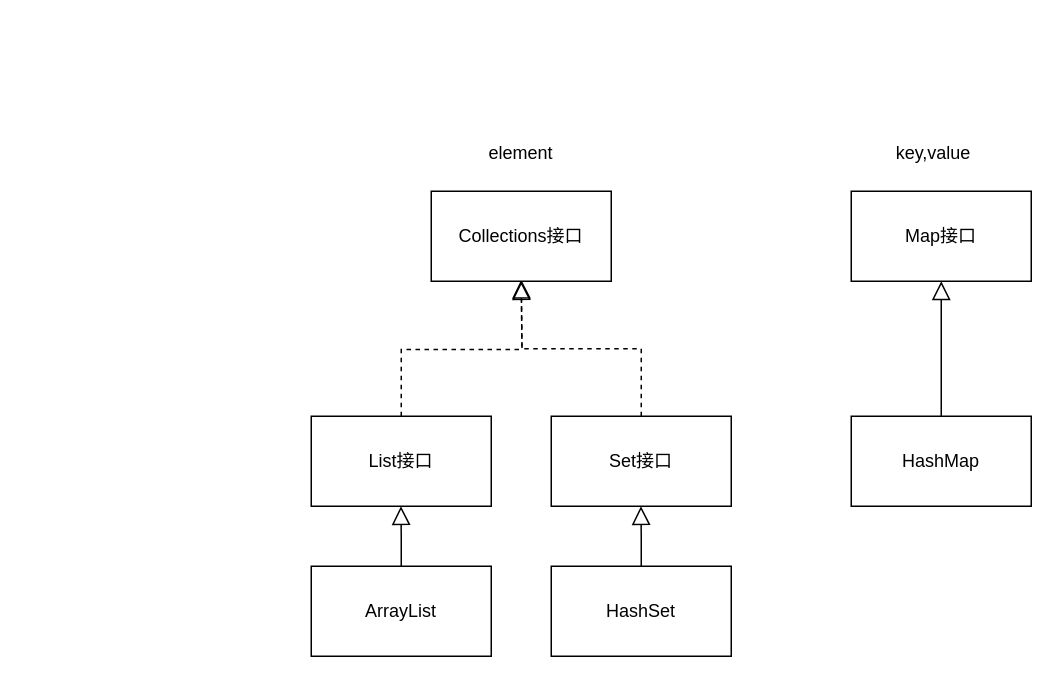
Earlier version of the draw.io diagram collections.drawio (zhangge208/LearningJava). Source tidied: cells renumbered, new cells numbered last; positions are measured from the earlier drawing's top-left corner, leaving out a move shared by most shapes. Both pictures are drawn from the tidied source at 150%, with x=0, y=0 at pixel (310, 130).
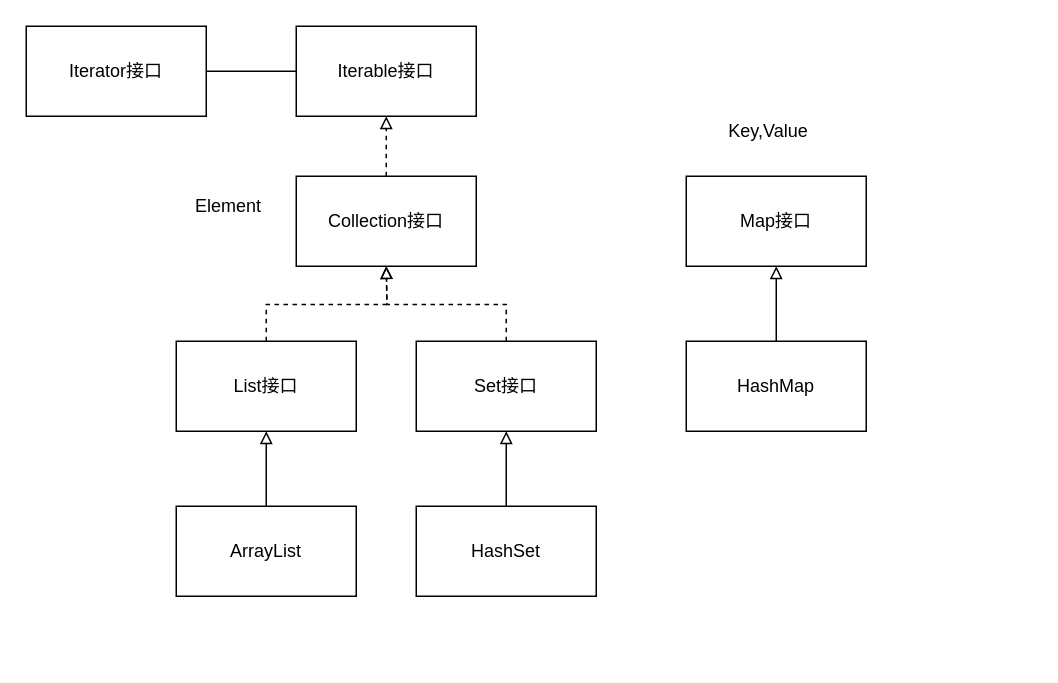
Above is the later version.

Change to the diagram source:
```diff
@@
-    <mxCell id="2" style="endArrow=block;endSize=10;endFill=0;shadow=0;strokeWidth=1;rounded=0;edgeStyle=orthogonalEdgeStyle;elbow=vertical;dashed=1;exitX=0.5;exitY=0;exitDx=0;exitDy=0;" parent="1" edge="1" source="7">
-      <mxGeometry relative="1" as="geometry">
-        <mxPoint x="140" y="99" as="targetPoint" />
-      </mxGeometry>
-    </mxCell>
-    <mxCell id="3" value="Collections接口" style="rounded=0;whiteSpace=wrap;html=1;" parent="1" vertex="1">
-      <mxGeometry x="80" y="40" width="120" height="60" as="geometry" />
-    </mxCell>
+    <mxCell id="16" style="endArrow=block;endFill=0;shadow=0;strokeWidth=1;rounded=0;edgeStyle=orthogonalEdgeStyle;elbow=vertical;dashed=1;exitX=0.5;exitY=0;exitDx=0;exitDy=0;" parent="1" edge="1" source="7">
+      <mxGeometry relative="1" as="geometry">
+        <mxPoint x="50" y="90" as="targetPoint" />
+      </mxGeometry>
+    </mxCell>
+    <mxCell id="17" value="Collection接口" style="rounded=0;whiteSpace=wrap;html=1;" parent="1" vertex="1">
+      <mxGeometry x="-10" y="30" width="120" height="60" as="geometry" />
+    </mxCell>
     <mxCell id="4" value="Map接口" style="rounded=0;whiteSpace=wrap;html=1;" parent="1" vertex="1">
-      <mxGeometry x="360" y="40" width="120" height="60" as="geometry" />
+      <mxGeometry x="250" y="30" width="120" height="60" as="geometry" />
     </mxCell>
-    <mxCell id="5" style="endArrow=block;endSize=10;endFill=0;shadow=0;strokeWidth=1;rounded=0;edgeStyle=elbowEdgeStyle;elbow=vertical;exitX=0.5;exitY=0;exitDx=0;exitDy=0;entryX=0.5;entryY=1;entryDx=0;entryDy=0;" parent="1" edge="1" source="8" target="4">
-      <mxGeometry relative="1" as="geometry">
-        <Array as="points">
-          <mxPoint x="410" y="130" />
-          <mxPoint x="420" y="160" />
-        </Array>
-      </mxGeometry>
-    </mxCell>
+    <mxCell id="18" value="Element" style="text;html=1;strokeColor=none;fillColor=none;align=center;verticalAlign=middle;whiteSpace=wrap;rounded=0;" parent="1" vertex="1">
+      <mxGeometry x="-90" y="40" width="70" height="20" as="geometry" />
+    </mxCell>
+    <mxCell id="19" value="Key,Value" style="text;html=1;strokeColor=none;fillColor=none;align=center;verticalAlign=middle;whiteSpace=wrap;rounded=0;" parent="1" vertex="1">
+      <mxGeometry x="270" y="-10" width="70" height="20" as="geometry" />
+    </mxCell>
     <mxCell id="6" value="List接口" style="rounded=0;whiteSpace=wrap;html=1;" parent="1" vertex="1">
-      <mxGeometry y="190" width="120" height="60" as="geometry" />
+      <mxGeometry x="-90" y="140" width="120" height="60" as="geometry" />
     </mxCell>
     <mxCell id="7" value="Set接口" style="rounded=0;whiteSpace=wrap;html=1;" parent="1" vertex="1">
-      <mxGeometry x="160" y="190" width="120" height="60" as="geometry" />
+      <mxGeometry x="70" y="140" width="120" height="60" as="geometry" />
     </mxCell>
+    <mxCell id="20" style="endArrow=block;endFill=0;shadow=0;strokeWidth=1;rounded=0;edgeStyle=orthogonalEdgeStyle;elbow=vertical;dashed=1;exitX=0.5;exitY=0;exitDx=0;exitDy=0;" parent="1" edge="1" source="6">
+      <mxGeometry relative="1" as="geometry">
+        <mxPoint x="50" y="90" as="targetPoint" />
+      </mxGeometry>
+    </mxCell>
     <mxCell id="8" value="HashMap" style="rounded=0;whiteSpace=wrap;html=1;" parent="1" vertex="1">
-      <mxGeometry x="360" y="190" width="120" height="60" as="geometry" />
+      <mxGeometry x="250" y="140" width="120" height="60" as="geometry" />
     </mxCell>
-    <mxCell id="9" style="endArrow=block;endSize=10;endFill=0;shadow=0;strokeWidth=1;rounded=0;edgeStyle=orthogonalEdgeStyle;elbow=vertical;dashed=1;exitX=0.5;exitY=0;exitDx=0;exitDy=0;" parent="1" edge="1" source="6">
-      <mxGeometry relative="1" as="geometry">
-        <mxPoint x="140" y="100" as="targetPoint" />
-      </mxGeometry>
-    </mxCell>
+    <mxCell id="5" style="endArrow=block;endFill=0;shadow=0;strokeWidth=1;rounded=0;edgeStyle=orthogonalEdgeStyle;elbow=vertical;exitX=0.5;exitY=0;exitDx=0;exitDy=0;entryX=0.5;entryY=1;entryDx=0;entryDy=0;" parent="1" edge="1" source="8" target="4">
+      <mxGeometry relative="1" as="geometry" />
+    </mxCell>
+    <mxCell id="11" value="HashSet" style="rounded=0;whiteSpace=wrap;html=1;" parent="1" vertex="1">
+      <mxGeometry x="70" y="250" width="120" height="60" as="geometry" />
+    </mxCell>
+    <mxCell id="21" style="endArrow=block;endFill=0;shadow=0;strokeWidth=1;rounded=0;edgeStyle=orthogonalEdgeStyle;elbow=vertical;exitX=0.5;exitY=0;exitDx=0;exitDy=0;" parent="1" edge="1" source="11">
+      <mxGeometry relative="1" as="geometry">
+        <mxPoint x="130" y="200" as="targetPoint" />
+      </mxGeometry>
+    </mxCell>
     <mxCell id="10" value="ArrayList" style="rounded=0;whiteSpace=wrap;html=1;" parent="1" vertex="1">
-      <mxGeometry y="290" width="120" height="60" as="geometry" />
+      <mxGeometry x="-90" y="250" width="120" height="60" as="geometry" />
     </mxCell>
-    <mxCell id="11" value="HashSet" style="rounded=0;whiteSpace=wrap;html=1;" parent="1" vertex="1">
-      <mxGeometry x="160" y="290" width="120" height="60" as="geometry" />
-    </mxCell>
-    <mxCell id="12" style="endArrow=block;endSize=10;endFill=0;shadow=0;strokeWidth=1;rounded=0;edgeStyle=elbowEdgeStyle;elbow=vertical;exitX=0.5;exitY=0;exitDx=0;exitDy=0;" parent="1" edge="1" source="11">
-      <mxGeometry relative="1" as="geometry">
-        <mxPoint x="219.8" y="250" as="targetPoint" />
-      </mxGeometry>
-    </mxCell>
-    <mxCell id="13" style="endArrow=block;endSize=10;endFill=0;shadow=0;strokeWidth=1;rounded=0;edgeStyle=elbowEdgeStyle;elbow=vertical;exitX=0.5;exitY=0;exitDx=0;exitDy=0;" parent="1" edge="1">
-      <mxGeometry relative="1" as="geometry">
-        <mxPoint x="60" y="290" as="sourcePoint" />
-        <mxPoint x="59.8" y="250" as="targetPoint" />
-      </mxGeometry>
-    </mxCell>
-    <mxCell id="14" value="key,value" style="text;html=1;strokeColor=none;fillColor=none;align=center;verticalAlign=middle;whiteSpace=wrap;rounded=0;" parent="1" vertex="1">
-      <mxGeometry x="385" width="60" height="30" as="geometry" />
-    </mxCell>
-    <mxCell id="15" value="element" style="text;html=1;strokeColor=none;fillColor=none;align=center;verticalAlign=middle;whiteSpace=wrap;rounded=0;" parent="1" vertex="1">
-      <mxGeometry x="110" width="60" height="30" as="geometry" />
-    </mxCell>
+    <mxCell id="22" style="endArrow=block;endFill=0;shadow=0;strokeWidth=1;rounded=0;edgeStyle=orthogonalEdgeStyle;elbow=vertical;exitX=0.5;exitY=0;exitDx=0;exitDy=0;entryX=0.5;entryY=1;entryDx=0;entryDy=0;" parent="1" edge="1" source="10">
+      <mxGeometry relative="1" as="geometry">
+        <mxPoint x="-30" y="200" as="targetPoint" />
+      </mxGeometry>
+    </mxCell>
+    <mxCell id="23" value="Iterable接口" style="rounded=0;whiteSpace=wrap;html=1;" parent="1" vertex="1">
+      <mxGeometry x="-10" y="-70" width="120" height="60" as="geometry" />
+    </mxCell>
+    <mxCell id="24" style="endArrow=block;endFill=0;shadow=0;strokeWidth=1;rounded=0;edgeStyle=orthogonalEdgeStyle;elbow=vertical;dashed=1;exitX=0.5;exitY=0;exitDx=0;exitDy=0;entryX=0.5;entryY=1;entryDx=0;entryDy=0;" parent="1" edge="1" source="17" target="23">
+      <mxGeometry relative="1" as="geometry" />
+    </mxCell>
+    <mxCell id="25" value="Iterator接口" style="rounded=0;whiteSpace=wrap;html=1;" parent="1" vertex="1">
+      <mxGeometry x="-190" y="-70" width="120" height="60" as="geometry" />
+    </mxCell>
+    <mxCell id="26" style="line;strokeWidth=1;html=1;" parent="1" vertex="1">
+      <mxGeometry x="-70" y="-45" width="60" height="10" as="geometry" />
+    </mxCell>
```
